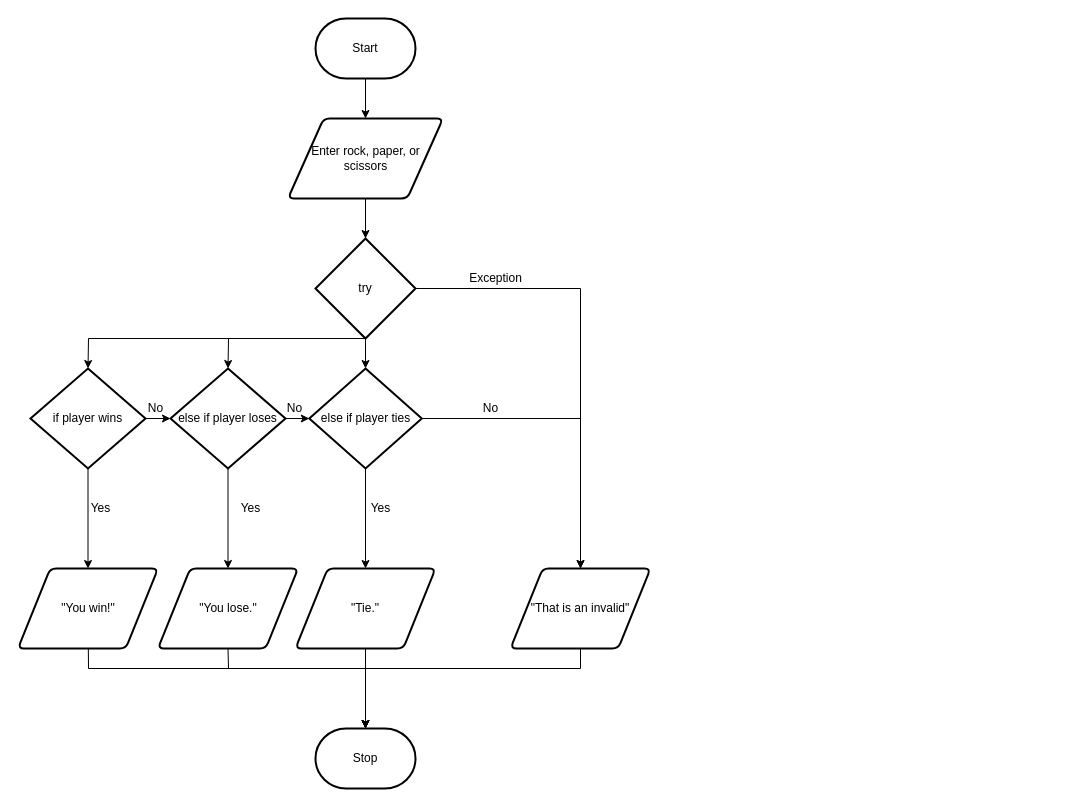
The draw.io diagram flowchart.drawio in Rodas-Nega1/ics4u-assignment-1-typescript, before the edit. Source tidied: cells renumbered, new cells numbered last; positions are measured from the earlier drawing's top-left corner, leaving out a move shared by most shapes. Both pictures are drawn from the tidied source at 100%, with x=0, y=0 at pixel (18, 18).
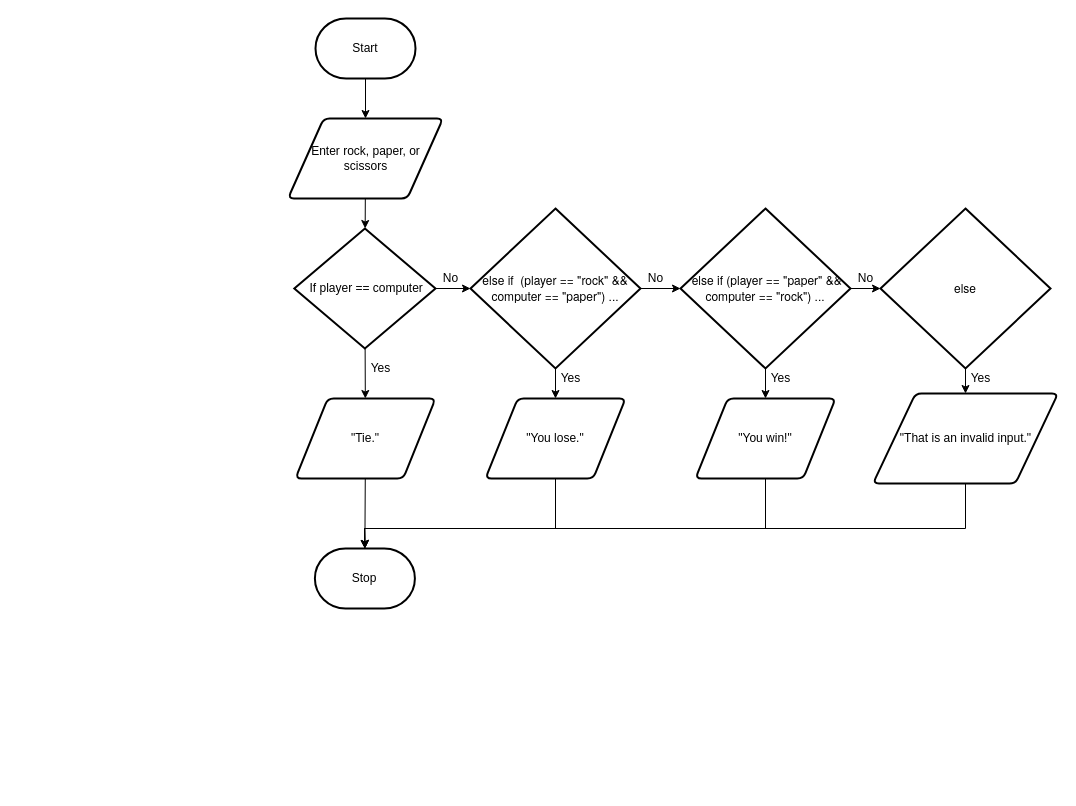
The same page after the edit.

The change refers to these unchanged cells:
```xml
<mxCell id="5" value="Enter rock, paper, or scissors" style="shape=parallelogram;html=1;strokeWidth=2;perimeter=parallelogramPerimeter;whiteSpace=wrap;rounded=1;arcSize=12;size=0.23;" parent="1" vertex="1">
  <mxGeometry x="269.5" y="100" width="155" height="80" as="geometry" />
</mxCell>
```

The edit, as a diff of the source:
```diff
@@
-    <mxCell id="4" style="edgeStyle=none;html=1;" parent="1" edge="1" source="5">
-      <mxGeometry relative="1" as="geometry">
-        <mxPoint x="347" y="220" as="targetPoint" />
-      </mxGeometry>
-    </mxCell>
+    <mxCell id="36" style="edgeStyle=none;html=1;fontFamily=Helvetica;fontSize=12;fontColor=#F0F0F0;" parent="1" edge="1" source="5" target="21">
+      <mxGeometry relative="1" as="geometry" />
+    </mxCell>
@@
-    <mxCell id="6" style="edgeStyle=none;html=1;entryX=0.5;entryY=0;entryDx=0;entryDy=0;exitX=1;exitY=0.5;exitDx=0;exitDy=0;exitPerimeter=0;rounded=0;" parent="1" edge="1" source="10" target="14">
-      <mxGeometry relative="1" as="geometry">
-        <Array as="points">
-          <mxPoint x="562" y="270" />
-        </Array>
-      </mxGeometry>
-    </mxCell>
-    <mxCell id="7" style="edgeStyle=none;html=1;" parent="1" edge="1" source="10">
-      <mxGeometry relative="1" as="geometry">
-        <mxPoint x="347" y="350" as="targetPoint" />
-      </mxGeometry>
-    </mxCell>
-    <mxCell id="8" style="edgeStyle=none;html=1;entryX=0.5;entryY=0;entryDx=0;entryDy=0;entryPerimeter=0;exitX=0.5;exitY=1;exitDx=0;exitDy=0;exitPerimeter=0;rounded=0;" parent="1" edge="1" source="10" target="26">
-      <mxGeometry relative="1" as="geometry">
-        <Array as="points">
-          <mxPoint x="210" y="320" />
-        </Array>
-      </mxGeometry>
-    </mxCell>
-    <mxCell id="9" style="edgeStyle=none;rounded=0;html=1;entryX=0.5;entryY=0;entryDx=0;entryDy=0;entryPerimeter=0;exitX=0.5;exitY=1;exitDx=0;exitDy=0;exitPerimeter=0;" parent="1" edge="1" source="10" target="21">
-      <mxGeometry relative="1" as="geometry">
-        <Array as="points">
-          <mxPoint x="70" y="320" />
-        </Array>
-      </mxGeometry>
-    </mxCell>
-    <mxCell id="10" value="try" style="strokeWidth=2;html=1;shape=mxgraph.flowchart.decision;whiteSpace=wrap;" parent="1" vertex="1">
-      <mxGeometry x="297" y="220" width="100" height="100" as="geometry" />
-    </mxCell>
-    <mxCell id="11" style="edgeStyle=none;rounded=0;html=1;entryX=0.5;entryY=0;entryDx=0;entryDy=0;entryPerimeter=0;" parent="1" edge="1" source="12" target="16">
-      <mxGeometry relative="1" as="geometry">
-        <Array as="points">
-          <mxPoint x="70" y="650" />
-          <mxPoint x="347" y="650" />
-        </Array>
-      </mxGeometry>
-    </mxCell>
+    <mxCell id="37" style="edgeStyle=none;rounded=0;html=1;entryX=0.5;entryY=0;entryDx=0;entryDy=0;entryPerimeter=0;fontFamily=Helvetica;fontSize=12;fontColor=#F0F0F0;" parent="1" edge="1" source="12">
+      <mxGeometry relative="1" as="geometry">
+        <mxPoint x="346.4" y="530" as="targetPoint" />
+        <Array as="points">
+          <mxPoint x="747" y="510" />
+          <mxPoint x="346" y="510" />
+        </Array>
+      </mxGeometry>
+    </mxCell>
     <mxCell id="12" value="&quot;You win!&quot;" style="shape=parallelogram;html=1;strokeWidth=2;perimeter=parallelogramPerimeter;whiteSpace=wrap;rounded=1;arcSize=12;size=0.23;" parent="1" vertex="1">
-      <mxGeometry x="-0.5" y="550" width="140" height="80" as="geometry" />
+      <mxGeometry x="677" y="380" width="140" height="80" as="geometry" />
     </mxCell>
-    <mxCell id="13" style="edgeStyle=none;rounded=0;html=1;entryX=0.5;entryY=0;entryDx=0;entryDy=0;entryPerimeter=0;exitX=0.5;exitY=1;exitDx=0;exitDy=0;" parent="1" edge="1" source="14" target="16">
-      <mxGeometry relative="1" as="geometry">
-        <Array as="points">
-          <mxPoint x="562" y="650" />
-          <mxPoint x="347" y="650" />
-        </Array>
-      </mxGeometry>
-    </mxCell>
-    <mxCell id="14" value="&quot;That is an invalid&quot;" style="shape=parallelogram;html=1;strokeWidth=2;perimeter=parallelogramPerimeter;whiteSpace=wrap;rounded=1;arcSize=12;size=0.23;" parent="1" vertex="1">
-      <mxGeometry x="492" y="550" width="140" height="80" as="geometry" />
-    </mxCell>
-    <mxCell id="15" style="edgeStyle=none;html=1;entryX=0.5;entryY=0;entryDx=0;entryDy=0;exitX=1;exitY=0.5;exitDx=0;exitDy=0;exitPerimeter=0;rounded=0;" parent="1" edge="1" target="14">
-      <mxGeometry relative="1" as="geometry">
-        <mxPoint x="404.5" y="400" as="sourcePoint" />
-        <Array as="points">
-          <mxPoint x="562" y="400" />
-        </Array>
-      </mxGeometry>
-    </mxCell>
     <mxCell id="16" value="Stop" style="strokeWidth=2;html=1;shape=mxgraph.flowchart.terminator;whiteSpace=wrap;" parent="1" vertex="1">
-      <mxGeometry x="297" y="710" width="100" height="60" as="geometry" />
+      <mxGeometry x="296.4" y="530" width="100" height="60" as="geometry" />
     </mxCell>
-    <mxCell id="17" value="Exception" style="text;html=1;align=center;verticalAlign=middle;fillColor=none;strokeColor=none;rounded=0;" parent="1" vertex="1">
-      <mxGeometry x="442" y="250" width="70" height="20" as="geometry" />
-    </mxCell>
-    <mxCell id="18" value="No" style="text;html=1;align=center;verticalAlign=middle;fillColor=none;strokeColor=none;rounded=0;" parent="1" vertex="1">
-      <mxGeometry x="457" y="380" width="30" height="20" as="geometry" />
-    </mxCell>
-    <mxCell id="19" style="edgeStyle=none;rounded=0;html=1;entryX=0.5;entryY=0;entryDx=0;entryDy=0;" parent="1" edge="1" source="21" target="12">
-      <mxGeometry relative="1" as="geometry" />
-    </mxCell>
-    <mxCell id="20" style="edgeStyle=none;rounded=0;html=1;entryX=0;entryY=0.5;entryDx=0;entryDy=0;entryPerimeter=0;" parent="1" edge="1" source="21" target="26">
+    <mxCell id="20" style="edgeStyle=none;html=1;entryX=0;entryY=0.5;entryDx=0;entryDy=0;entryPerimeter=0;fontFamily=Helvetica;fontSize=12;fontColor=#F0F0F0;" parent="1" edge="1" source="21" target="26">
       <mxGeometry relative="1" as="geometry" />
     </mxCell>
+    <mxCell id="38" style="edgeStyle=none;html=1;fontFamily=Helvetica;fontSize=12;fontColor=#F0F0F0;" parent="1" edge="1" source="21" target="30">
+      <mxGeometry relative="1" as="geometry" />
+    </mxCell>
-    <mxCell id="21" value="if player wins" style="strokeWidth=2;html=1;shape=mxgraph.flowchart.decision;whiteSpace=wrap;" parent="1" vertex="1">
-      <mxGeometry x="12" y="350" width="115" height="100" as="geometry" />
+    <mxCell id="21" value="&lt;span id=&quot;docs-internal-guid-6195adaa-7fff-0db7-8f2a-d677f404ffa1&quot;&gt;&lt;span style=&quot;background-color: transparent ; vertical-align: baseline&quot;&gt;&amp;nbsp;If&amp;nbsp;player == computer &lt;/span&gt;&lt;/span&gt;" style="strokeWidth=2;html=1;shape=mxgraph.flowchart.decision;whiteSpace=wrap;" parent="1" vertex="1">
+      <mxGeometry x="275.8" y="210" width="141.2" height="120" as="geometry" />
     </mxCell>
-    <mxCell id="22" style="edgeStyle=none;rounded=0;html=1;entryX=0.5;entryY=0;entryDx=0;entryDy=0;" parent="1" edge="1" source="23" target="30">
-      <mxGeometry relative="1" as="geometry" />
-    </mxCell>
-    <mxCell id="23" value="else if player ties" style="strokeWidth=2;html=1;shape=mxgraph.flowchart.decision;whiteSpace=wrap;" parent="1" vertex="1">
-      <mxGeometry x="290.8" y="350" width="112.5" height="100" as="geometry" />
-    </mxCell>
+    <mxCell id="39" style="edgeStyle=none;html=1;fontFamily=Helvetica;fontSize=12;fontColor=#F0F0F0;" parent="1" edge="1" source="26" target="45">
+      <mxGeometry relative="1" as="geometry" />
+    </mxCell>
-    <mxCell id="24" style="edgeStyle=none;rounded=0;html=1;entryX=0.5;entryY=0;entryDx=0;entryDy=0;" parent="1" edge="1" source="26" target="28">
+    <mxCell id="24" style="edgeStyle=none;html=1;fontFamily=Helvetica;fontSize=12;fontColor=#F0F0F0;" parent="1" edge="1" source="26" target="28">
       <mxGeometry relative="1" as="geometry" />
     </mxCell>
-    <mxCell id="25" style="edgeStyle=none;rounded=0;html=1;entryX=0;entryY=0.5;entryDx=0;entryDy=0;entryPerimeter=0;" parent="1" edge="1" source="26" target="23">
-      <mxGeometry relative="1" as="geometry" />
-    </mxCell>
-    <mxCell id="26" value="else if player loses" style="strokeWidth=2;html=1;shape=mxgraph.flowchart.decision;whiteSpace=wrap;" parent="1" vertex="1">
-      <mxGeometry x="152" y="350" width="115" height="100" as="geometry" />
+    <mxCell id="26" value="&lt;span id=&quot;docs-internal-guid-828c8912-7fff-55e9-da42-d04f3feabcac&quot;&gt;&lt;span style=&quot;font-family: &amp;#34;helvetica neue&amp;#34; , sans-serif ; background-color: transparent ; vertical-align: baseline&quot;&gt;else if&amp;nbsp;&amp;nbsp;&lt;/span&gt;&lt;span style=&quot;font-family: &amp;#34;helvetica neue&amp;#34; , sans-serif ; background-color: transparent ; vertical-align: baseline&quot;&gt;(player == &quot;rock&quot; &amp;amp;&amp;amp; computer == &quot;paper&quot;) ...&lt;/span&gt;&lt;/span&gt;" style="strokeWidth=2;html=1;shape=mxgraph.flowchart.decision;whiteSpace=wrap;" parent="1" vertex="1">
+      <mxGeometry x="452" y="190" width="170" height="160" as="geometry" />
     </mxCell>
-    <mxCell id="27" style="edgeStyle=none;rounded=0;html=1;entryX=0.5;entryY=0;entryDx=0;entryDy=0;entryPerimeter=0;exitX=0.5;exitY=1;exitDx=0;exitDy=0;" parent="1" edge="1" source="28" target="16">
-      <mxGeometry relative="1" as="geometry">
-        <Array as="points">
-          <mxPoint x="210" y="650" />
-          <mxPoint x="347" y="650" />
-        </Array>
-      </mxGeometry>
-    </mxCell>
+    <mxCell id="40" style="edgeStyle=none;html=1;entryX=0.5;entryY=0;entryDx=0;entryDy=0;entryPerimeter=0;fontFamily=Helvetica;fontSize=12;fontColor=#F0F0F0;rounded=0;" parent="1" edge="1" source="28">
+      <mxGeometry relative="1" as="geometry">
+        <mxPoint x="346.4" y="530" as="targetPoint" />
+        <Array as="points">
+          <mxPoint x="537" y="510" />
+          <mxPoint x="346" y="510" />
+        </Array>
+      </mxGeometry>
+    </mxCell>
     <mxCell id="28" value="&quot;You lose.&quot;" style="shape=parallelogram;html=1;strokeWidth=2;perimeter=parallelogramPerimeter;whiteSpace=wrap;rounded=1;arcSize=12;size=0.23;" parent="1" vertex="1">
-      <mxGeometry x="139.5" y="550" width="140" height="80" as="geometry" />
+      <mxGeometry x="467" y="380" width="140" height="80" as="geometry" />
     </mxCell>
-    <mxCell id="29" style="edgeStyle=none;rounded=0;html=1;entryX=0.5;entryY=0;entryDx=0;entryDy=0;entryPerimeter=0;" parent="1" edge="1" source="30" target="16">
-      <mxGeometry relative="1" as="geometry" />
-    </mxCell>
+    <mxCell id="41" style="edgeStyle=none;html=1;entryX=0.5;entryY=0;entryDx=0;entryDy=0;entryPerimeter=0;fontFamily=Helvetica;fontSize=12;fontColor=#F0F0F0;" parent="1" edge="1" source="30">
+      <mxGeometry relative="1" as="geometry">
+        <mxPoint x="346.4" y="530" as="targetPoint" />
+      </mxGeometry>
+    </mxCell>
     <mxCell id="30" value="&quot;Tie.&quot;" style="shape=parallelogram;html=1;strokeWidth=2;perimeter=parallelogramPerimeter;whiteSpace=wrap;rounded=1;arcSize=12;size=0.23;" parent="1" vertex="1">
-      <mxGeometry x="277" y="550" width="140" height="80" as="geometry" />
+      <mxGeometry x="277" y="380" width="140" height="80" as="geometry" />
     </mxCell>
-    <mxCell id="31" value="Yes" style="text;html=1;align=center;verticalAlign=middle;fillColor=none;strokeColor=none;rounded=0;" parent="1" vertex="1">
-      <mxGeometry x="342" y="480" width="40" height="20" as="geometry" />
-    </mxCell>
     <mxCell id="32" value="Yes" style="text;html=1;align=center;verticalAlign=middle;fillColor=none;strokeColor=none;rounded=0;" parent="1" vertex="1">
-      <mxGeometry x="212" y="480" width="40" height="20" as="geometry" />
+      <mxGeometry x="742" y="350" width="40" height="20" as="geometry" />
     </mxCell>
-    <mxCell id="33" value="Yes" style="text;html=1;align=center;verticalAlign=middle;fillColor=none;strokeColor=none;rounded=0;" parent="1" vertex="1">
-      <mxGeometry x="62" y="480" width="40" height="20" as="geometry" />
-    </mxCell>
-    <mxCell id="34" value="No" style="text;html=1;align=center;verticalAlign=middle;fillColor=none;strokeColor=none;rounded=0;" parent="1" vertex="1">
-      <mxGeometry x="260.8" y="380" width="30" height="20" as="geometry" />
-    </mxCell>
-    <mxCell id="35" value="No" style="text;html=1;align=center;verticalAlign=middle;fillColor=none;strokeColor=none;rounded=0;" parent="1" vertex="1">
-      <mxGeometry x="122" y="380" width="30" height="20" as="geometry" />
-    </mxCell>
+    <mxCell id="42" style="edgeStyle=none;html=1;fontFamily=Helvetica;fontSize=12;fontColor=#F0F0F0;" parent="1" edge="1" source="45" target="12">
+      <mxGeometry relative="1" as="geometry" />
+    </mxCell>
+    <mxCell id="43" style="edgeStyle=none;rounded=0;html=1;fontFamily=Helvetica;fontSize=12;fontColor=#F0F0F0;startArrow=none;" parent="1" edge="1" source="55" target="51">
+      <mxGeometry relative="1" as="geometry" />
+    </mxCell>
+    <mxCell id="44" style="edgeStyle=none;rounded=0;html=1;fontFamily=Helvetica;fontSize=12;fontColor=#F0F0F0;" parent="1" edge="1" source="45" target="51">
+      <mxGeometry relative="1" as="geometry" />
+    </mxCell>
+    <mxCell id="45" value="&lt;span id=&quot;docs-internal-guid-17c00ca9-7fff-ecde-b5c4-11feef744c9e&quot;&gt;&lt;span style=&quot;font-family: &amp;#34;helvetica neue&amp;#34; , sans-serif ; background-color: transparent ; vertical-align: baseline&quot;&gt;&amp;nbsp;else if&amp;nbsp;&lt;/span&gt;&lt;span style=&quot;font-family: &amp;#34;helvetica neue&amp;#34; , sans-serif ; background-color: transparent ; vertical-align: baseline&quot;&gt;(player == &quot;paper&quot; &amp;amp;&amp;amp; computer == &quot;rock&quot;) ...&lt;/span&gt;&lt;/span&gt;" style="strokeWidth=2;html=1;shape=mxgraph.flowchart.decision;whiteSpace=wrap;" parent="1" vertex="1">
+      <mxGeometry x="662" y="190" width="170" height="160" as="geometry" />
+    </mxCell>
+    <mxCell id="46" value="Yes" style="text;html=1;align=center;verticalAlign=middle;fillColor=none;strokeColor=none;rounded=0;" parent="1" vertex="1">
+      <mxGeometry x="532" y="350" width="40" height="20" as="geometry" />
+    </mxCell>
+    <mxCell id="47" value="Yes" style="text;html=1;align=center;verticalAlign=middle;fillColor=none;strokeColor=none;rounded=0;" parent="1" vertex="1">
+      <mxGeometry x="342" y="340" width="40" height="20" as="geometry" />
+    </mxCell>
+    <mxCell id="48" value="No" style="text;html=1;align=center;verticalAlign=middle;fillColor=none;strokeColor=none;rounded=0;" parent="1" vertex="1">
+      <mxGeometry x="622" y="250" width="30" height="20" as="geometry" />
+    </mxCell>
+    <mxCell id="49" value="No" style="text;html=1;align=center;verticalAlign=middle;fillColor=none;strokeColor=none;rounded=0;" parent="1" vertex="1">
+      <mxGeometry x="417" y="250" width="30" height="20" as="geometry" />
+    </mxCell>
+    <mxCell id="50" style="edgeStyle=none;rounded=0;html=1;fontFamily=Helvetica;fontSize=12;fontColor=#F0F0F0;" parent="1" edge="1" source="51" target="53">
+      <mxGeometry relative="1" as="geometry" />
+    </mxCell>
+    <mxCell id="51" value="&lt;font face=&quot;helvetica neue, sans-serif&quot;&gt;else&lt;/font&gt;" style="strokeWidth=2;html=1;shape=mxgraph.flowchart.decision;whiteSpace=wrap;" parent="1" vertex="1">
+      <mxGeometry x="862" y="190" width="170" height="160" as="geometry" />
+    </mxCell>
+    <mxCell id="52" style="edgeStyle=none;rounded=0;html=1;entryX=0.5;entryY=0;entryDx=0;entryDy=0;entryPerimeter=0;fontFamily=Helvetica;fontSize=12;fontColor=#F0F0F0;" parent="1" edge="1" source="53">
+      <mxGeometry relative="1" as="geometry">
+        <mxPoint x="346.4" y="530" as="targetPoint" />
+        <Array as="points">
+          <mxPoint x="947" y="510" />
+          <mxPoint x="346" y="510" />
+        </Array>
+      </mxGeometry>
+    </mxCell>
+    <mxCell id="53" value="&quot;That is an invalid input.&quot;" style="shape=parallelogram;html=1;strokeWidth=2;perimeter=parallelogramPerimeter;whiteSpace=wrap;rounded=1;arcSize=12;size=0.23;" parent="1" vertex="1">
+      <mxGeometry x="854.5" y="375" width="185" height="90" as="geometry" />
+    </mxCell>
+    <mxCell id="54" value="Yes" style="text;html=1;align=center;verticalAlign=middle;fillColor=none;strokeColor=none;rounded=0;" parent="1" vertex="1">
+      <mxGeometry x="942" y="350" width="40" height="20" as="geometry" />
+    </mxCell>
+    <mxCell id="55" value="No" style="text;html=1;align=center;verticalAlign=middle;points=[];fillColor=none;strokeColor=none;rounded=0;" parent="1" vertex="1">
+      <mxGeometry x="832" y="250" width="30" height="20" as="geometry" />
+    </mxCell>
+    <mxCell id="56" style="edgeStyle=none;rounded=0;html=1;fontFamily=Helvetica;fontSize=12;fontColor=#F0F0F0;endArrow=none;" parent="1" edge="1" source="45" target="55">
+      <mxGeometry relative="1" as="geometry" />
+    </mxCell>
```
